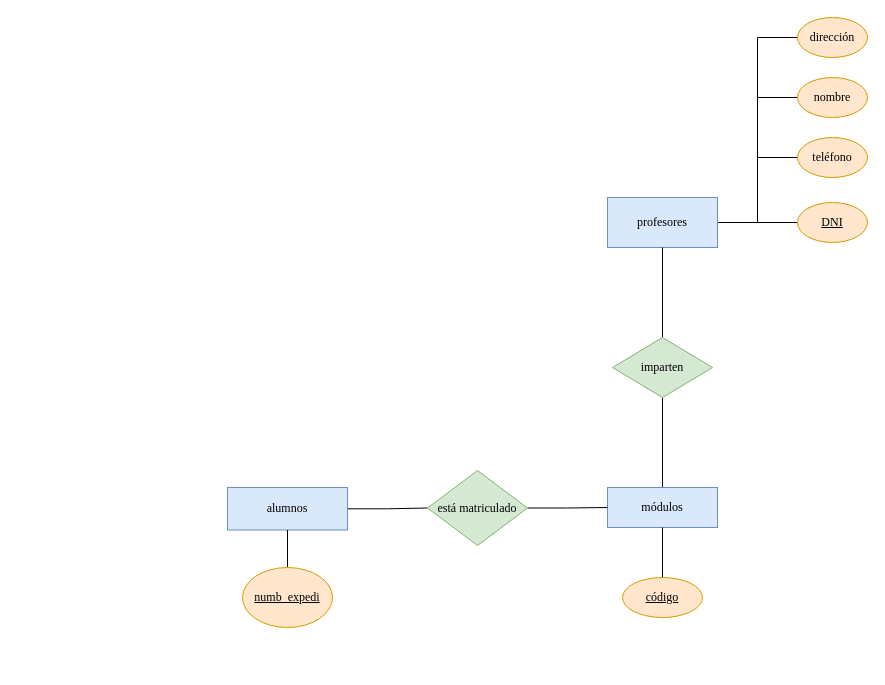
This is Unidad-1/Tareas./Tarea-4/Diagrama sin título.drawio from mdiogc/base-datos, a draw.io file, before an edit. Source tidied: cells renumbered, new cells numbered last; positions are measured from the earlier drawing's top-left corner, leaving out a move shared by most shapes. Both pictures are drawn from the tidied source at 100%, with x=0, y=0 at pixel (227, 17).
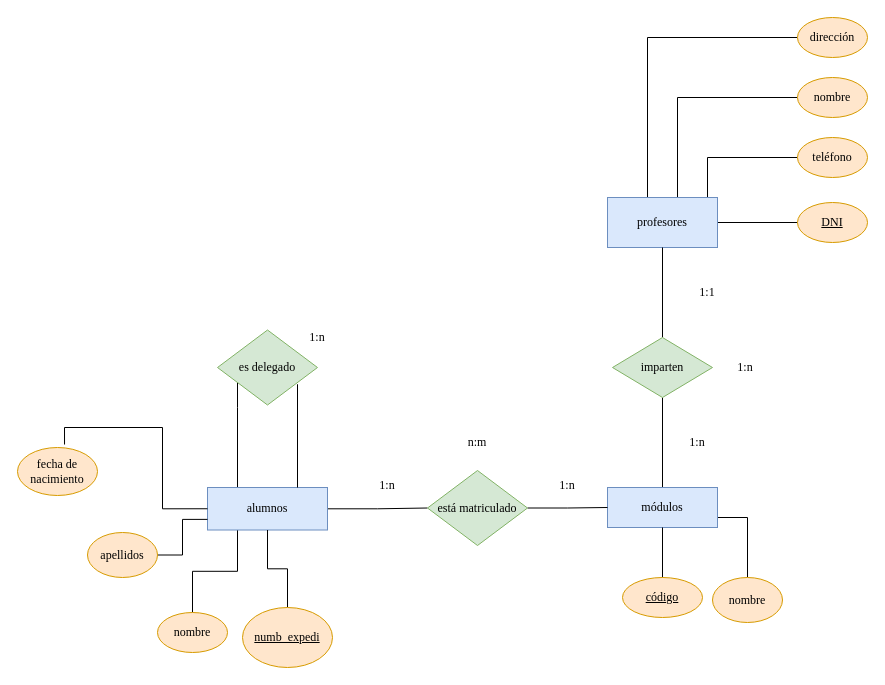
Above is the later version.

Unchanged cells that the change refers to:
```xml
<mxCell id="6" value="&lt;font face=&quot;Times New Roman&quot;&gt;profesores&lt;/font&gt;" style="whiteSpace=wrap;html=1;align=center;fillColor=#dae8fc;strokeColor=#6c8ebf;" parent="1" vertex="1">
  <mxGeometry x="380" y="180" width="110" height="50" as="geometry" />
</mxCell>
<mxCell id="10" value="&lt;font face=&quot;Times New Roman&quot;&gt;módulos&lt;/font&gt;" style="whiteSpace=wrap;html=1;align=center;fillColor=#dae8fc;strokeColor=#6c8ebf;" parent="1" vertex="1">
  <mxGeometry x="380" y="470" width="110" height="40" as="geometry" />
</mxCell>
<mxCell id="20" value="&lt;font face=&quot;Times New Roman&quot;&gt;nombre&lt;/font&gt;" style="ellipse;whiteSpace=wrap;html=1;align=center;fillColor=#ffe6cc;strokeColor=#d79b00;" parent="1" vertex="1">
  <mxGeometry x="570" y="60" width="70" height="40" as="geometry" />
</mxCell>
<mxCell id="21" value="&lt;font face=&quot;Times New Roman&quot;&gt;dirección&lt;/font&gt;" style="ellipse;whiteSpace=wrap;html=1;align=center;fillColor=#ffe6cc;strokeColor=#d79b00;" parent="1" vertex="1">
  <mxGeometry x="570" width="70" height="40" as="geometry" />
</mxCell>
<mxCell id="22" value="&lt;font face=&quot;Times New Roman&quot;&gt;teléfono&lt;/font&gt;" style="ellipse;whiteSpace=wrap;html=1;align=center;fillColor=#ffe6cc;strokeColor=#d79b00;" parent="1" vertex="1">
  <mxGeometry x="570" y="120" width="70" height="40" as="geometry" />
</mxCell>
```

Change to the diagram source:
```diff
@@
     <mxCell id="3" style="edgeStyle=orthogonalEdgeStyle;rounded=0;jettySize=auto;html=1;exitX=1;exitY=0.5;exitDx=0;exitDy=0;entryX=0;entryY=0.5;entryDx=0;entryDy=0;endArrow=none;endFill=0;" parent="1" edge="1" source="6" target="20">
-      <mxGeometry relative="1" as="geometry" />
+      <mxGeometry relative="1" as="geometry">
+        <Array as="points">
+          <mxPoint x="450" y="205" />
+          <mxPoint x="450" y="80" />
+        </Array>
+      </mxGeometry>
     </mxCell>
     <mxCell id="4" style="edgeStyle=orthogonalEdgeStyle;rounded=0;jettySize=auto;html=1;entryX=0;entryY=0.5;entryDx=0;entryDy=0;endArrow=none;endFill=0;" parent="1" edge="1" source="6" target="22">
-      <mxGeometry relative="1" as="geometry" />
+      <mxGeometry relative="1" as="geometry">
+        <Array as="points">
+          <mxPoint x="480" y="140" />
+        </Array>
+      </mxGeometry>
     </mxCell>
-    <mxCell id="5" style="edgeStyle=orthogonalEdgeStyle;rounded=0;jettySize=auto;html=1;entryX=0;entryY=0.5;entryDx=0;entryDy=0;endArrow=none;endFill=0;" parent="1" edge="1" source="6" target="21">
-      <mxGeometry relative="1" as="geometry" />
+    <mxCell id="5" style="edgeStyle=orthogonalEdgeStyle;rounded=0;jettySize=auto;html=1;endArrow=none;endFill=0;" parent="1" edge="1" target="21">
+      <mxGeometry relative="1" as="geometry">
+        <mxPoint x="420" y="180" as="sourcePoint" />
+        <Array as="points">
+          <mxPoint x="420" y="20" />
+        </Array>
+      </mxGeometry>
     </mxCell>
@@
+    <mxCell id="23" style="edgeStyle=orthogonalEdgeStyle;rounded=0;jettySize=auto;html=1;exitX=0.25;exitY=1;exitDx=0;exitDy=0;entryX=0.5;entryY=0;entryDx=0;entryDy=0;endArrow=none;endFill=0;" parent="1" edge="1" source="8" target="26">
+      <mxGeometry relative="1" as="geometry" />
+    </mxCell>
+    <mxCell id="24" style="edgeStyle=orthogonalEdgeStyle;rounded=0;jettySize=auto;html=1;exitX=0.25;exitY=0;exitDx=0;exitDy=0;endArrow=none;endFill=0;" parent="1" edge="1" source="8" target="32">
+      <mxGeometry relative="1" as="geometry">
+        <Array as="points">
+          <mxPoint x="10" y="390" />
+          <mxPoint x="10" y="390" />
+        </Array>
+      </mxGeometry>
+    </mxCell>
     <mxCell id="8" value="&lt;font face=&quot;Times New Roman&quot;&gt;alumnos&lt;/font&gt;" style="whiteSpace=wrap;html=1;align=center;fillColor=#dae8fc;strokeColor=#6c8ebf;" parent="1" vertex="1">
-      <mxGeometry y="470" width="120" height="42.5" as="geometry" />
+      <mxGeometry x="-20" y="470" width="120" height="42.5" as="geometry" />
     </mxCell>
@@
+    <mxCell id="25" style="edgeStyle=orthogonalEdgeStyle;rounded=0;jettySize=auto;html=1;exitX=0.5;exitY=1;exitDx=0;exitDy=0;entryX=0.5;entryY=0;entryDx=0;entryDy=0;endArrow=none;endFill=0;" parent="1" edge="1" source="10" target="29">
+      <mxGeometry relative="1" as="geometry">
+        <Array as="points">
+          <mxPoint x="435" y="500" />
+          <mxPoint x="520" y="500" />
+        </Array>
+      </mxGeometry>
+    </mxCell>
@@
     <mxCell id="17" value="&lt;font face=&quot;Times New Roman&quot;&gt;numb_expedi&lt;/font&gt;" style="ellipse;whiteSpace=wrap;html=1;align=center;fontStyle=4;fillColor=#ffe6cc;strokeColor=#d79b00;" parent="1" vertex="1">
-      <mxGeometry x="15" y="550" width="90" height="60" as="geometry" />
+      <mxGeometry x="15" y="590" width="90" height="60" as="geometry" />
     </mxCell>
@@
+    <mxCell id="26" value="&lt;font face=&quot;Times New Roman&quot;&gt;nombre&lt;/font&gt;" style="ellipse;whiteSpace=wrap;html=1;align=center;fillColor=#ffe6cc;strokeColor=#d79b00;" parent="1" vertex="1">
+      <mxGeometry x="-70" y="595" width="70" height="40" as="geometry" />
+    </mxCell>
+    <mxCell id="27" style="edgeStyle=orthogonalEdgeStyle;rounded=0;jettySize=auto;html=1;entryX=0;entryY=0.75;entryDx=0;entryDy=0;endArrow=none;endFill=0;" parent="1" edge="1" source="28" target="8">
+      <mxGeometry relative="1" as="geometry" />
+    </mxCell>
+    <mxCell id="28" value="&lt;font face=&quot;Times New Roman&quot;&gt;apellidos&lt;/font&gt;" style="ellipse;whiteSpace=wrap;html=1;align=center;fillColor=#ffe6cc;strokeColor=#d79b00;" parent="1" vertex="1">
+      <mxGeometry x="-140" y="515" width="70" height="45" as="geometry" />
+    </mxCell>
+    <mxCell id="29" value="&lt;font face=&quot;Times New Roman&quot;&gt;nombre&lt;/font&gt;" style="ellipse;whiteSpace=wrap;html=1;align=center;fillColor=#ffe6cc;strokeColor=#d79b00;" parent="1" vertex="1">
+      <mxGeometry x="485" y="560" width="70" height="45" as="geometry" />
+    </mxCell>
+    <mxCell id="30" value="&lt;font face=&quot;Times New Roman&quot;&gt;fecha de nacimiento&lt;br&gt;&lt;/font&gt;" style="ellipse;whiteSpace=wrap;html=1;align=center;fillColor=#ffe6cc;strokeColor=#d79b00;" parent="1" vertex="1">
+      <mxGeometry x="-210" y="430" width="80" height="48" as="geometry" />
+    </mxCell>
+    <mxCell id="31" style="edgeStyle=orthogonalEdgeStyle;rounded=0;jettySize=auto;html=1;exitX=0;exitY=0.5;exitDx=0;exitDy=0;entryX=0.588;entryY=-0.062;entryDx=0;entryDy=0;entryPerimeter=0;endArrow=none;endFill=0;" parent="1" edge="1" source="8" target="30">
+      <mxGeometry relative="1" as="geometry">
+        <Array as="points">
+          <mxPoint x="-65" y="491" />
+          <mxPoint x="-65" y="410" />
+          <mxPoint x="-163" y="410" />
+        </Array>
+      </mxGeometry>
+    </mxCell>
+    <mxCell id="32" value="&lt;font face=&quot;Times New Roman&quot;&gt;es delegado&lt;br&gt;&lt;/font&gt;" style="shape=rhombus;perimeter=rhombusPerimeter;whiteSpace=wrap;html=1;align=center;fillColor=#d5e8d4;strokeColor=#82b366;" parent="1" vertex="1">
+      <mxGeometry x="-10" y="312.5" width="100" height="75" as="geometry" />
+    </mxCell>
+    <mxCell id="33" style="edgeStyle=orthogonalEdgeStyle;rounded=0;jettySize=auto;html=1;exitX=0.75;exitY=0;exitDx=0;exitDy=0;endArrow=none;endFill=0;" parent="1" edge="1" source="8">
+      <mxGeometry relative="1" as="geometry">
+        <mxPoint x="70" y="370" as="targetPoint" />
+        <Array as="points">
+          <mxPoint x="70" y="367" />
+        </Array>
+      </mxGeometry>
+    </mxCell>
+    <mxCell id="34" value="&lt;font face=&quot;Times New Roman&quot;&gt;1:n&lt;/font&gt;" style="text;html=1;strokeColor=none;fillColor=none;align=center;verticalAlign=middle;whiteSpace=wrap;rounded=0;" parent="1" vertex="1">
+      <mxGeometry x="130" y="453" width="60" height="30" as="geometry" />
+    </mxCell>
+    <mxCell id="35" value="&lt;font face=&quot;Times New Roman&quot;&gt;1:n&lt;/font&gt;" style="text;html=1;strokeColor=none;fillColor=none;align=center;verticalAlign=middle;whiteSpace=wrap;rounded=0;" parent="1" vertex="1">
+      <mxGeometry x="310" y="453" width="60" height="30" as="geometry" />
+    </mxCell>
+    <mxCell id="36" value="&lt;font face=&quot;Times New Roman&quot;&gt;1:n&lt;/font&gt;" style="text;html=1;strokeColor=none;fillColor=none;align=center;verticalAlign=middle;whiteSpace=wrap;rounded=0;" parent="1" vertex="1">
+      <mxGeometry x="440" y="410" width="60" height="30" as="geometry" />
+    </mxCell>
+    <mxCell id="37" value="&lt;font face=&quot;Times New Roman&quot;&gt;1:1&lt;/font&gt;" style="text;html=1;strokeColor=none;fillColor=none;align=center;verticalAlign=middle;whiteSpace=wrap;rounded=0;" parent="1" vertex="1">
+      <mxGeometry x="450" y="260" width="60" height="30" as="geometry" />
+    </mxCell>
+    <mxCell id="38" value="&lt;font face=&quot;Times New Roman&quot;&gt;1:n&lt;/font&gt;" style="text;html=1;strokeColor=none;fillColor=none;align=center;verticalAlign=middle;whiteSpace=wrap;rounded=0;" parent="1" vertex="1">
+      <mxGeometry x="488" y="335" width="60" height="30" as="geometry" />
+    </mxCell>
+    <mxCell id="39" value="&lt;font face=&quot;Times New Roman&quot;&gt;n:m&lt;/font&gt;" style="text;html=1;strokeColor=none;fillColor=none;align=center;verticalAlign=middle;whiteSpace=wrap;rounded=0;" parent="1" vertex="1">
+      <mxGeometry x="220" y="410" width="60" height="30" as="geometry" />
+    </mxCell>
+    <mxCell id="40" value="&lt;font face=&quot;Times New Roman&quot;&gt;1:n&lt;/font&gt;" style="text;html=1;strokeColor=none;fillColor=none;align=center;verticalAlign=middle;whiteSpace=wrap;rounded=0;" parent="1" vertex="1">
+      <mxGeometry x="60" y="305" width="60" height="30" as="geometry" />
+    </mxCell>
```
